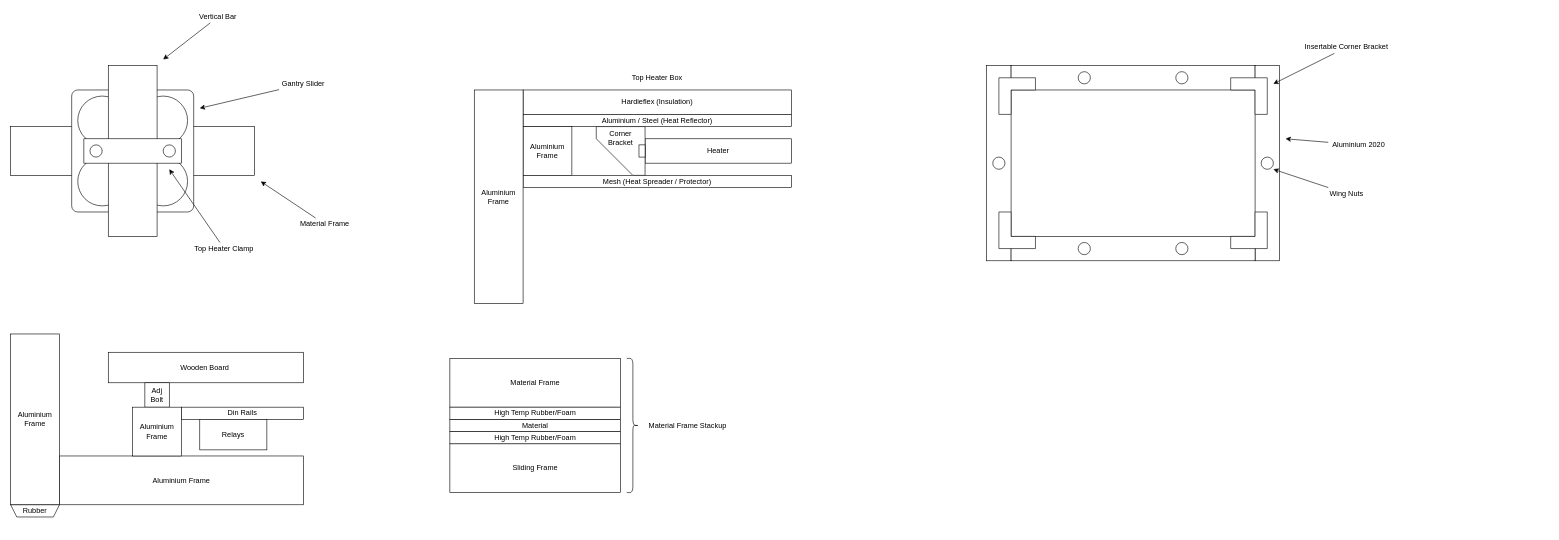
The draw.io diagram page "Brainstorm" (2 of 3) of Documents/Vacuum Former V5-1.drawio in XCR1793/Vacuum-Former, before the edit. Source tidied: cells renumbered, new cells numbered last; positions are measured from the earlier drawing's top-left corner, leaving out a move shared by most shapes. Both pictures are drawn from the tidied source at 61%, with x=0, y=0 at pixel (10, 10).
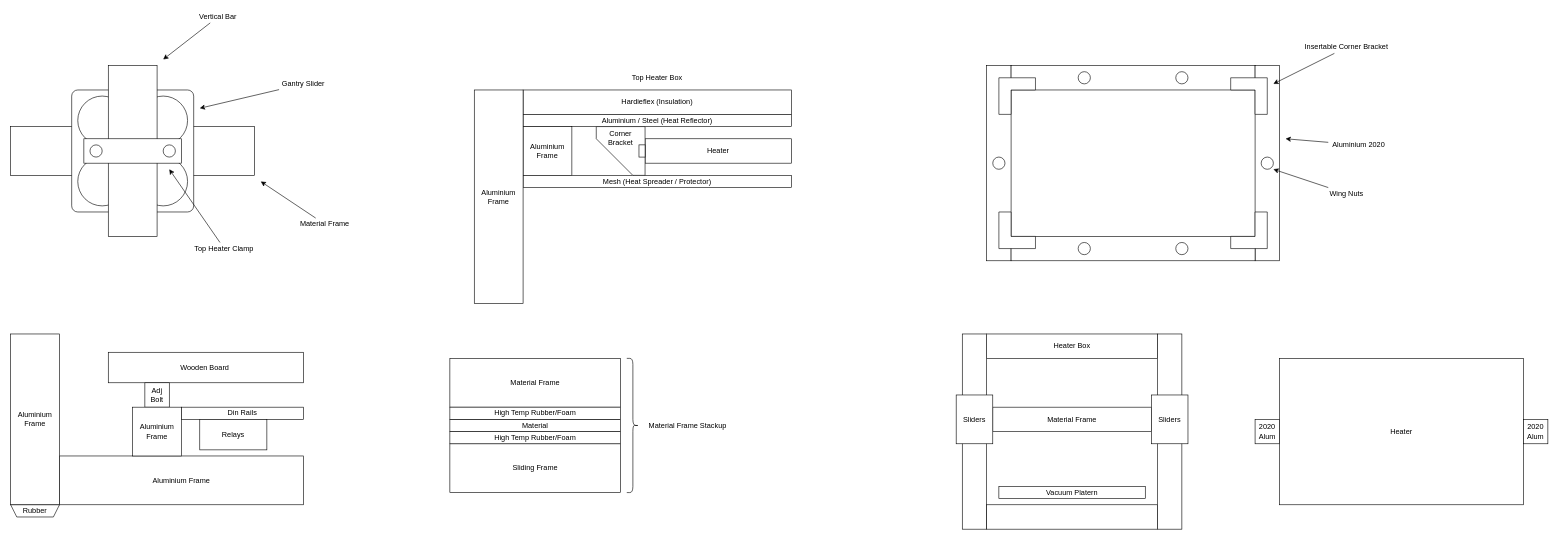
The same page after the edit.

Commit message:
Added Overall & Top Down Ideation

Change to the diagram source:
```diff
@@
+    <mxCell id="64" value="Heater Box" style="rounded=0;whiteSpace=wrap;html=1;" parent="1" vertex="1">
+      <mxGeometry x="1600" y="530" width="280" height="40" as="geometry" />
+    </mxCell>
+    <mxCell id="65" style="rounded=0;whiteSpace=wrap;html=1;" parent="1" vertex="1">
+      <mxGeometry x="1560" y="530" width="40" height="320" as="geometry" />
+    </mxCell>
+    <mxCell id="66" style="rounded=0;whiteSpace=wrap;html=1;" parent="1" vertex="1">
+      <mxGeometry x="1880" y="530" width="40" height="320" as="geometry" />
+    </mxCell>
+    <mxCell id="67" value="Material Frame" style="rounded=0;whiteSpace=wrap;html=1;" parent="1" vertex="1">
+      <mxGeometry x="1610" y="650" width="260" height="40" as="geometry" />
+    </mxCell>
+    <mxCell id="68" value="Sliders" style="rounded=0;whiteSpace=wrap;html=1;" parent="1" vertex="1">
+      <mxGeometry x="1550" y="630" width="60" height="80" as="geometry" />
+    </mxCell>
+    <mxCell id="69" value="Sliders" style="rounded=0;whiteSpace=wrap;html=1;" parent="1" vertex="1">
+      <mxGeometry x="1870" y="630" width="60" height="80" as="geometry" />
+    </mxCell>
+    <mxCell id="70" style="rounded=0;whiteSpace=wrap;html=1;" parent="1" vertex="1">
+      <mxGeometry x="1600" y="810" width="280" height="40" as="geometry" />
+    </mxCell>
+    <mxCell id="71" value="Vacuum Platern" style="rounded=0;whiteSpace=wrap;html=1;" parent="1" vertex="1">
+      <mxGeometry x="1620" y="780" width="240" height="20" as="geometry" />
+    </mxCell>
+    <mxCell id="72" value="Heater" style="rounded=0;whiteSpace=wrap;html=1;" parent="1" vertex="1">
+      <mxGeometry x="2080" y="570" width="400" height="240" as="geometry" />
+    </mxCell>
+    <mxCell id="73" value="2020&lt;div&gt;Alum&lt;/div&gt;" style="rounded=0;whiteSpace=wrap;html=1;" parent="1" vertex="1">
+      <mxGeometry x="2040" y="670" width="40" height="40" as="geometry" />
+    </mxCell>
+    <mxCell id="74" value="2020&lt;div&gt;Alum&lt;/div&gt;" style="rounded=0;whiteSpace=wrap;html=1;" parent="1" vertex="1">
+      <mxGeometry x="2480" y="670" width="40" height="40" as="geometry" />
+    </mxCell>
```
